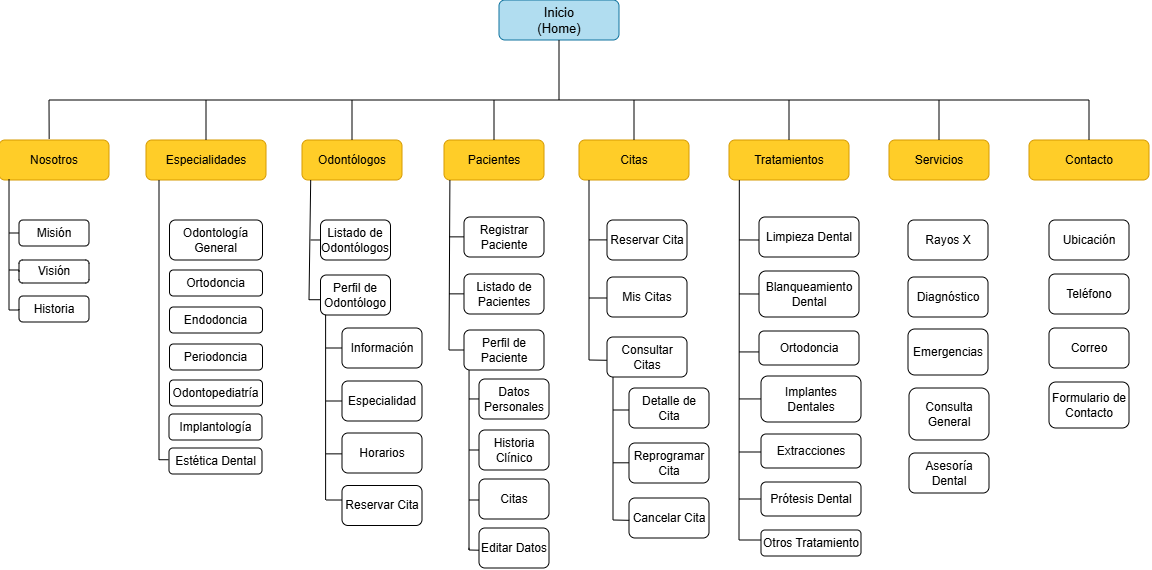
IngridCruzY/sistema-web-cl-nica-odont-loga keeps this draw.io diagram as sistema web.drawio.png. Above is the earlier version. Source tidied: cells renumbered, new cells last; positions are measured from the earlier drawing's top-left corner, leaving out a move shared by most shapes.
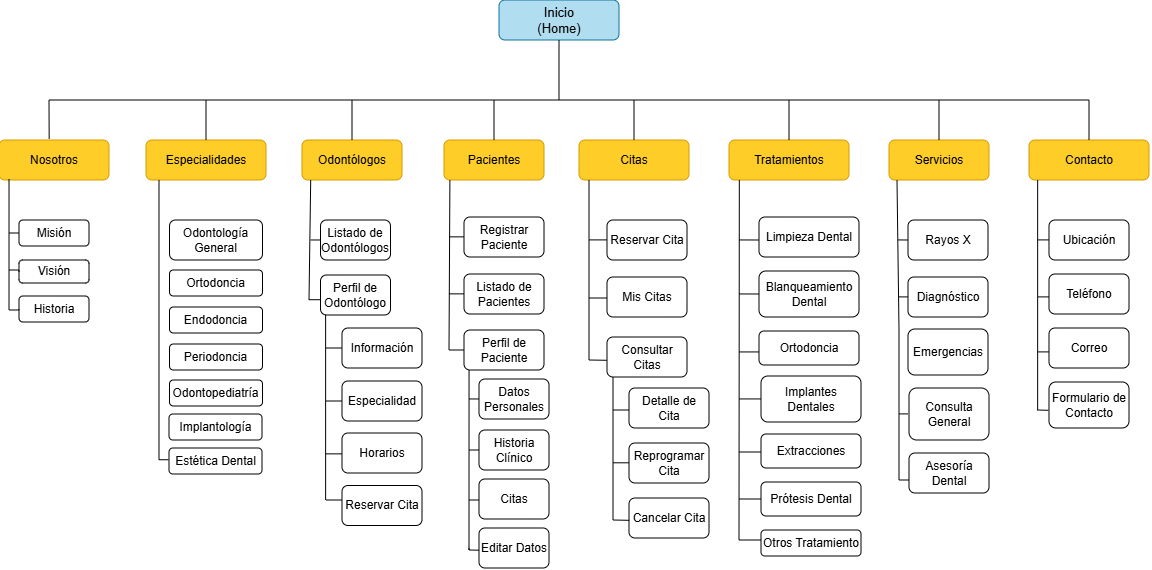
Later version of the same file.

Change to the diagram source:
```diff
@@ -443,5 +443,64 @@
         <mxPoint x="760" y="240" as="targetPoint" />
       </mxGeometry>
     </mxCell>
+    <mxCell id="105" style="endArrow=none;html=1;rounded=0;entryX=0.08;entryY=1.007;entryDx=0;entryDy=0;entryPerimeter=0;" parent="1" edge="1" target="11">
+      <mxGeometry relative="1" as="geometry">
+        <mxPoint x="900" y="480" as="sourcePoint" />
+        <Array as="points">
+          <mxPoint x="900" y="330" />
+        </Array>
+      </mxGeometry>
+    </mxCell>
+    <mxCell id="106" style="endArrow=none;html=1;rounded=0;entryX=0;entryY=0.675;entryDx=0;entryDy=0;entryPerimeter=0;" parent="1" edge="1" target="61">
+      <mxGeometry relative="1" as="geometry">
+        <mxPoint x="900" y="480" as="sourcePoint" />
+      </mxGeometry>
+    </mxCell>
+    <mxCell id="107" style="endArrow=none;html=1;rounded=0;entryX=0;entryY=0.675;entryDx=0;entryDy=0;entryPerimeter=0;" parent="1" edge="1">
+      <mxGeometry relative="1" as="geometry">
+        <mxPoint x="900" y="413.9" as="sourcePoint" />
+        <mxPoint x="909" y="413.9" as="targetPoint" />
+      </mxGeometry>
+    </mxCell>
+    <mxCell id="108" style="endArrow=none;html=1;rounded=0;entryX=0;entryY=0.675;entryDx=0;entryDy=0;entryPerimeter=0;" parent="1" edge="1">
+      <mxGeometry relative="1" as="geometry">
+        <mxPoint x="900" y="296.9" as="sourcePoint" />
+        <mxPoint x="909" y="296.9" as="targetPoint" />
+      </mxGeometry>
+    </mxCell>
+    <mxCell id="109" style="endArrow=none;html=1;rounded=0;entryX=0;entryY=0.675;entryDx=0;entryDy=0;entryPerimeter=0;exitX=0;exitY=0.5;exitDx=0;exitDy=0;" parent="1" edge="1" source="57">
+      <mxGeometry relative="1" as="geometry">
+        <mxPoint x="899" y="239.9" as="targetPoint" />
+      </mxGeometry>
+    </mxCell>
+    <mxCell id="110" style="endArrow=none;html=1;rounded=0;" parent="1" edge="1">
+      <mxGeometry relative="1" as="geometry">
+        <mxPoint x="1038.6" y="410" as="sourcePoint" />
+        <mxPoint x="1038.6" y="180" as="targetPoint" />
+      </mxGeometry>
+    </mxCell>
+    <mxCell id="111" style="endArrow=none;html=1;rounded=0;entryX=-0.008;entryY=0.615;entryDx=0;entryDy=0;entryPerimeter=0;" parent="1" edge="1" target="65">
+      <mxGeometry relative="1" as="geometry">
+        <mxPoint x="1038" y="410" as="sourcePoint" />
+      </mxGeometry>
+    </mxCell>
+    <mxCell id="112" style="endArrow=none;html=1;rounded=0;entryX=-0.008;entryY=0.615;entryDx=0;entryDy=0;entryPerimeter=0;" parent="1" edge="1">
+      <mxGeometry relative="1" as="geometry">
+        <mxPoint x="1039" y="351.9" as="sourcePoint" />
+        <mxPoint x="1050" y="351.9" as="targetPoint" />
+      </mxGeometry>
+    </mxCell>
+    <mxCell id="113" style="endArrow=none;html=1;rounded=0;entryX=-0.008;entryY=0.615;entryDx=0;entryDy=0;entryPerimeter=0;" parent="1" edge="1">
+      <mxGeometry relative="1" as="geometry">
+        <mxPoint x="1039" y="296.9" as="sourcePoint" />
+        <mxPoint x="1050" y="296.9" as="targetPoint" />
+      </mxGeometry>
+    </mxCell>
+    <mxCell id="114" style="endArrow=none;html=1;rounded=0;entryX=-0.008;entryY=0.615;entryDx=0;entryDy=0;entryPerimeter=0;" parent="1" edge="1">
+      <mxGeometry relative="1" as="geometry">
+        <mxPoint x="1039" y="239.9" as="sourcePoint" />
+        <mxPoint x="1050" y="239.9" as="targetPoint" />
+      </mxGeometry>
+    </mxCell>
   </root>
 </mxGraphModel>
```
